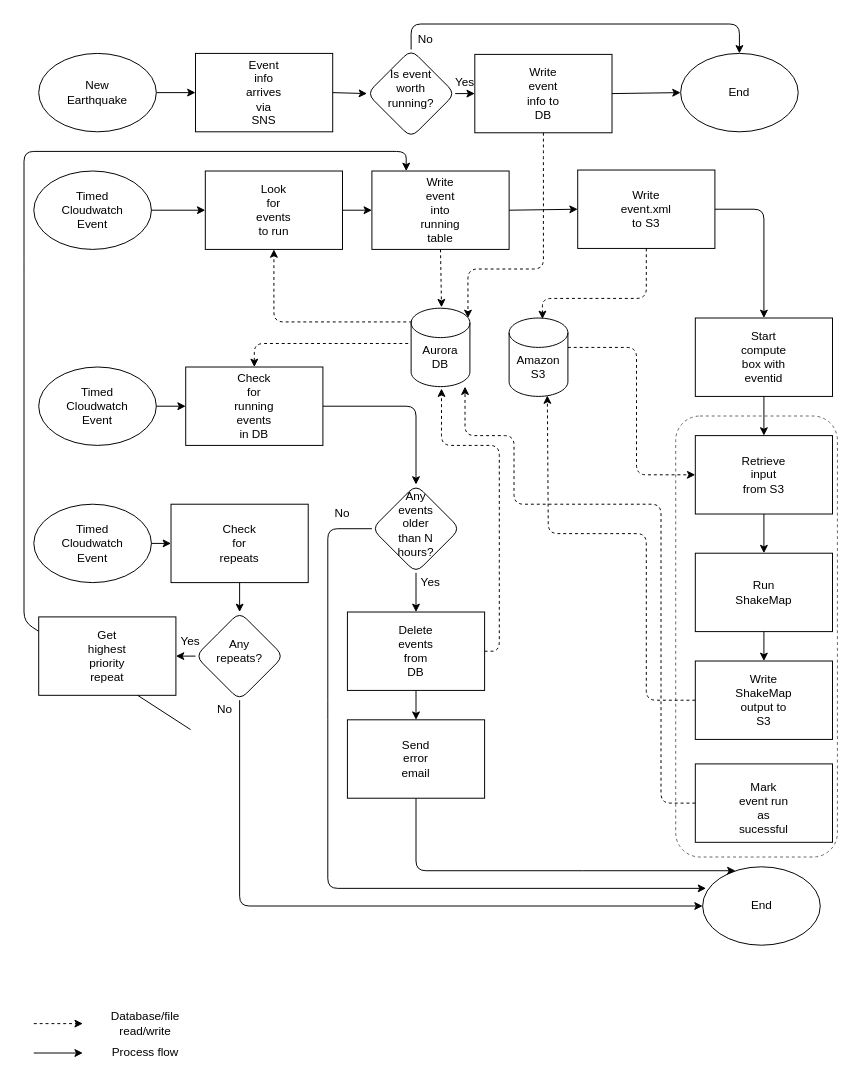
Earlier version of the draw.io diagram Untitled Diagram.drawio (mhearne-usgs/shakemap_aws_queue). Source tidied: cells renumbered, new cells numbered last; positions are measured from the earlier drawing's top-left corner, leaving out a move shared by most shapes. Both pictures are drawn from the tidied source at 98%, with x=0, y=0 at pixel (24, 24).
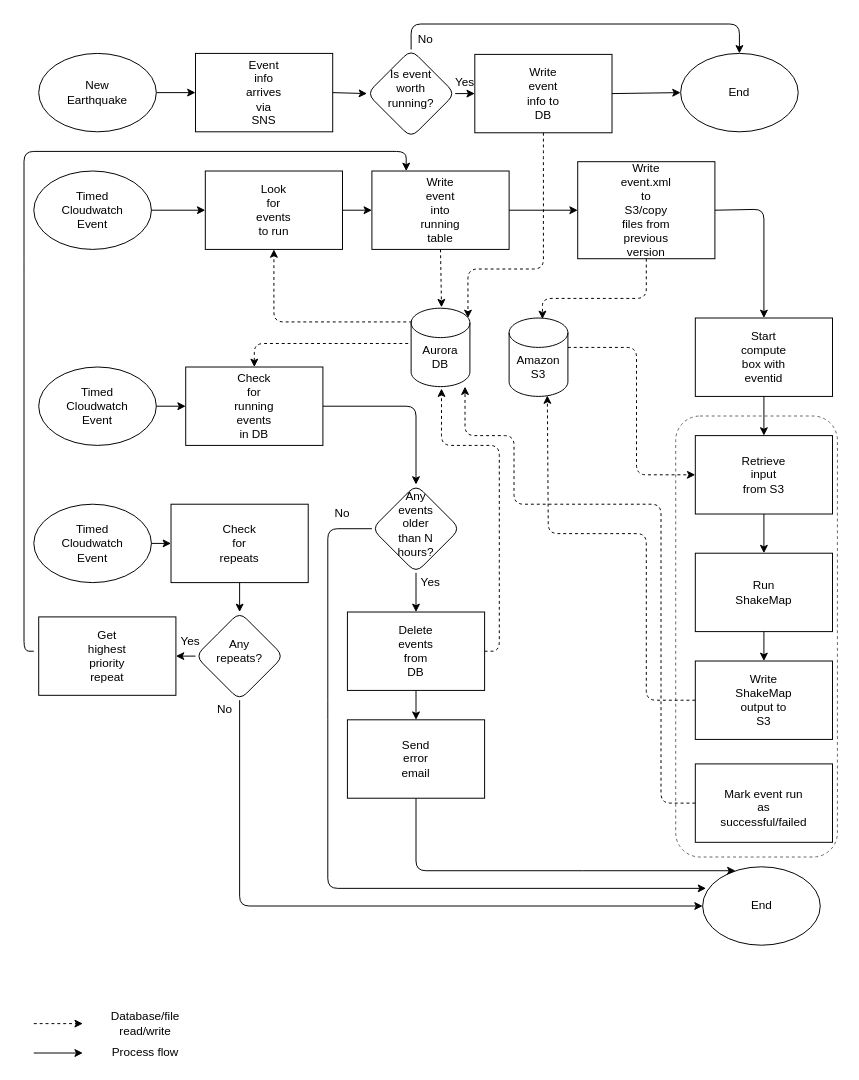
The same diagram, later.

The change refers to these unchanged cells:
```xml
<mxCell id="92" style="rounded=0;whiteSpace=wrap;html=1;" parent="91" vertex="1">
  <mxGeometry width="140" height="80" as="geometry" />
</mxCell>
<mxCell id="109" style="group;" parent="108" vertex="1">
  <mxGeometry width="140" height="80" as="geometry" />
</mxCell>
```

Change to the diagram source:
```diff
@@
     <mxCell id="15" style="group;" parent="1" vertex="1">
-      <mxGeometry x="565" y="149" width="140" height="80" as="geometry" />
+      <mxGeometry x="565" y="140.5" width="140" height="99" as="geometry" />
     </mxCell>
     <mxCell id="16" style="rounded=0;whiteSpace=wrap;html=1;" parent="15" vertex="1">
-      <mxGeometry width="140" height="80" as="geometry" />
+      <mxGeometry width="140" height="99" as="geometry" />
     </mxCell>
-    <mxCell id="17" value="Write event.xml to S3" style="text;html=1;strokeColor=none;fillColor=none;align=center;verticalAlign=middle;whiteSpace=wrap;rounded=0;" parent="15" vertex="1">
-      <mxGeometry x="50" y="30" width="40" height="20" as="geometry" />
+    <mxCell id="17" value="Write event.xml to S3/copy files from previous version" style="text;html=1;strokeColor=none;fillColor=none;align=center;verticalAlign=middle;whiteSpace=wrap;rounded=0;" parent="15" vertex="1">
+      <mxGeometry x="50" y="37.1" width="40" height="24.8" as="geometry" />
     </mxCell>
@@
     <mxCell id="96" style="endArrow=classic;html=1;entryX=0.25;entryY=0;entryDx=0;entryDy=0;" parent="1" edge="1" target="92">
       <mxGeometry relative="1" as="geometry">
-        <mxPoint x="170" y="720" as="sourcePoint" />
+        <mxPoint x="10" y="640" as="sourcePoint" />
         <Array as="points">
-          <mxPoint y="610" />
+          <mxPoint y="640" />
           <mxPoint y="250" />
           <mxPoint y="130" />
           <mxPoint x="390" y="130" />
         </Array>
       </mxGeometry>
     </mxCell>
@@
-    <mxCell id="111" value="Mark event run as sucessful" style="text;html=1;strokeColor=none;fillColor=none;align=center;verticalAlign=middle;whiteSpace=wrap;rounded=0;" parent="109" vertex="1">
+    <mxCell id="111" value="Mark event run as successful/failed" style="text;html=1;strokeColor=none;fillColor=none;align=center;verticalAlign=middle;whiteSpace=wrap;rounded=0;" parent="109" vertex="1">
       <mxGeometry x="50" y="35" width="40" height="20" as="geometry" />
     </mxCell>
```
